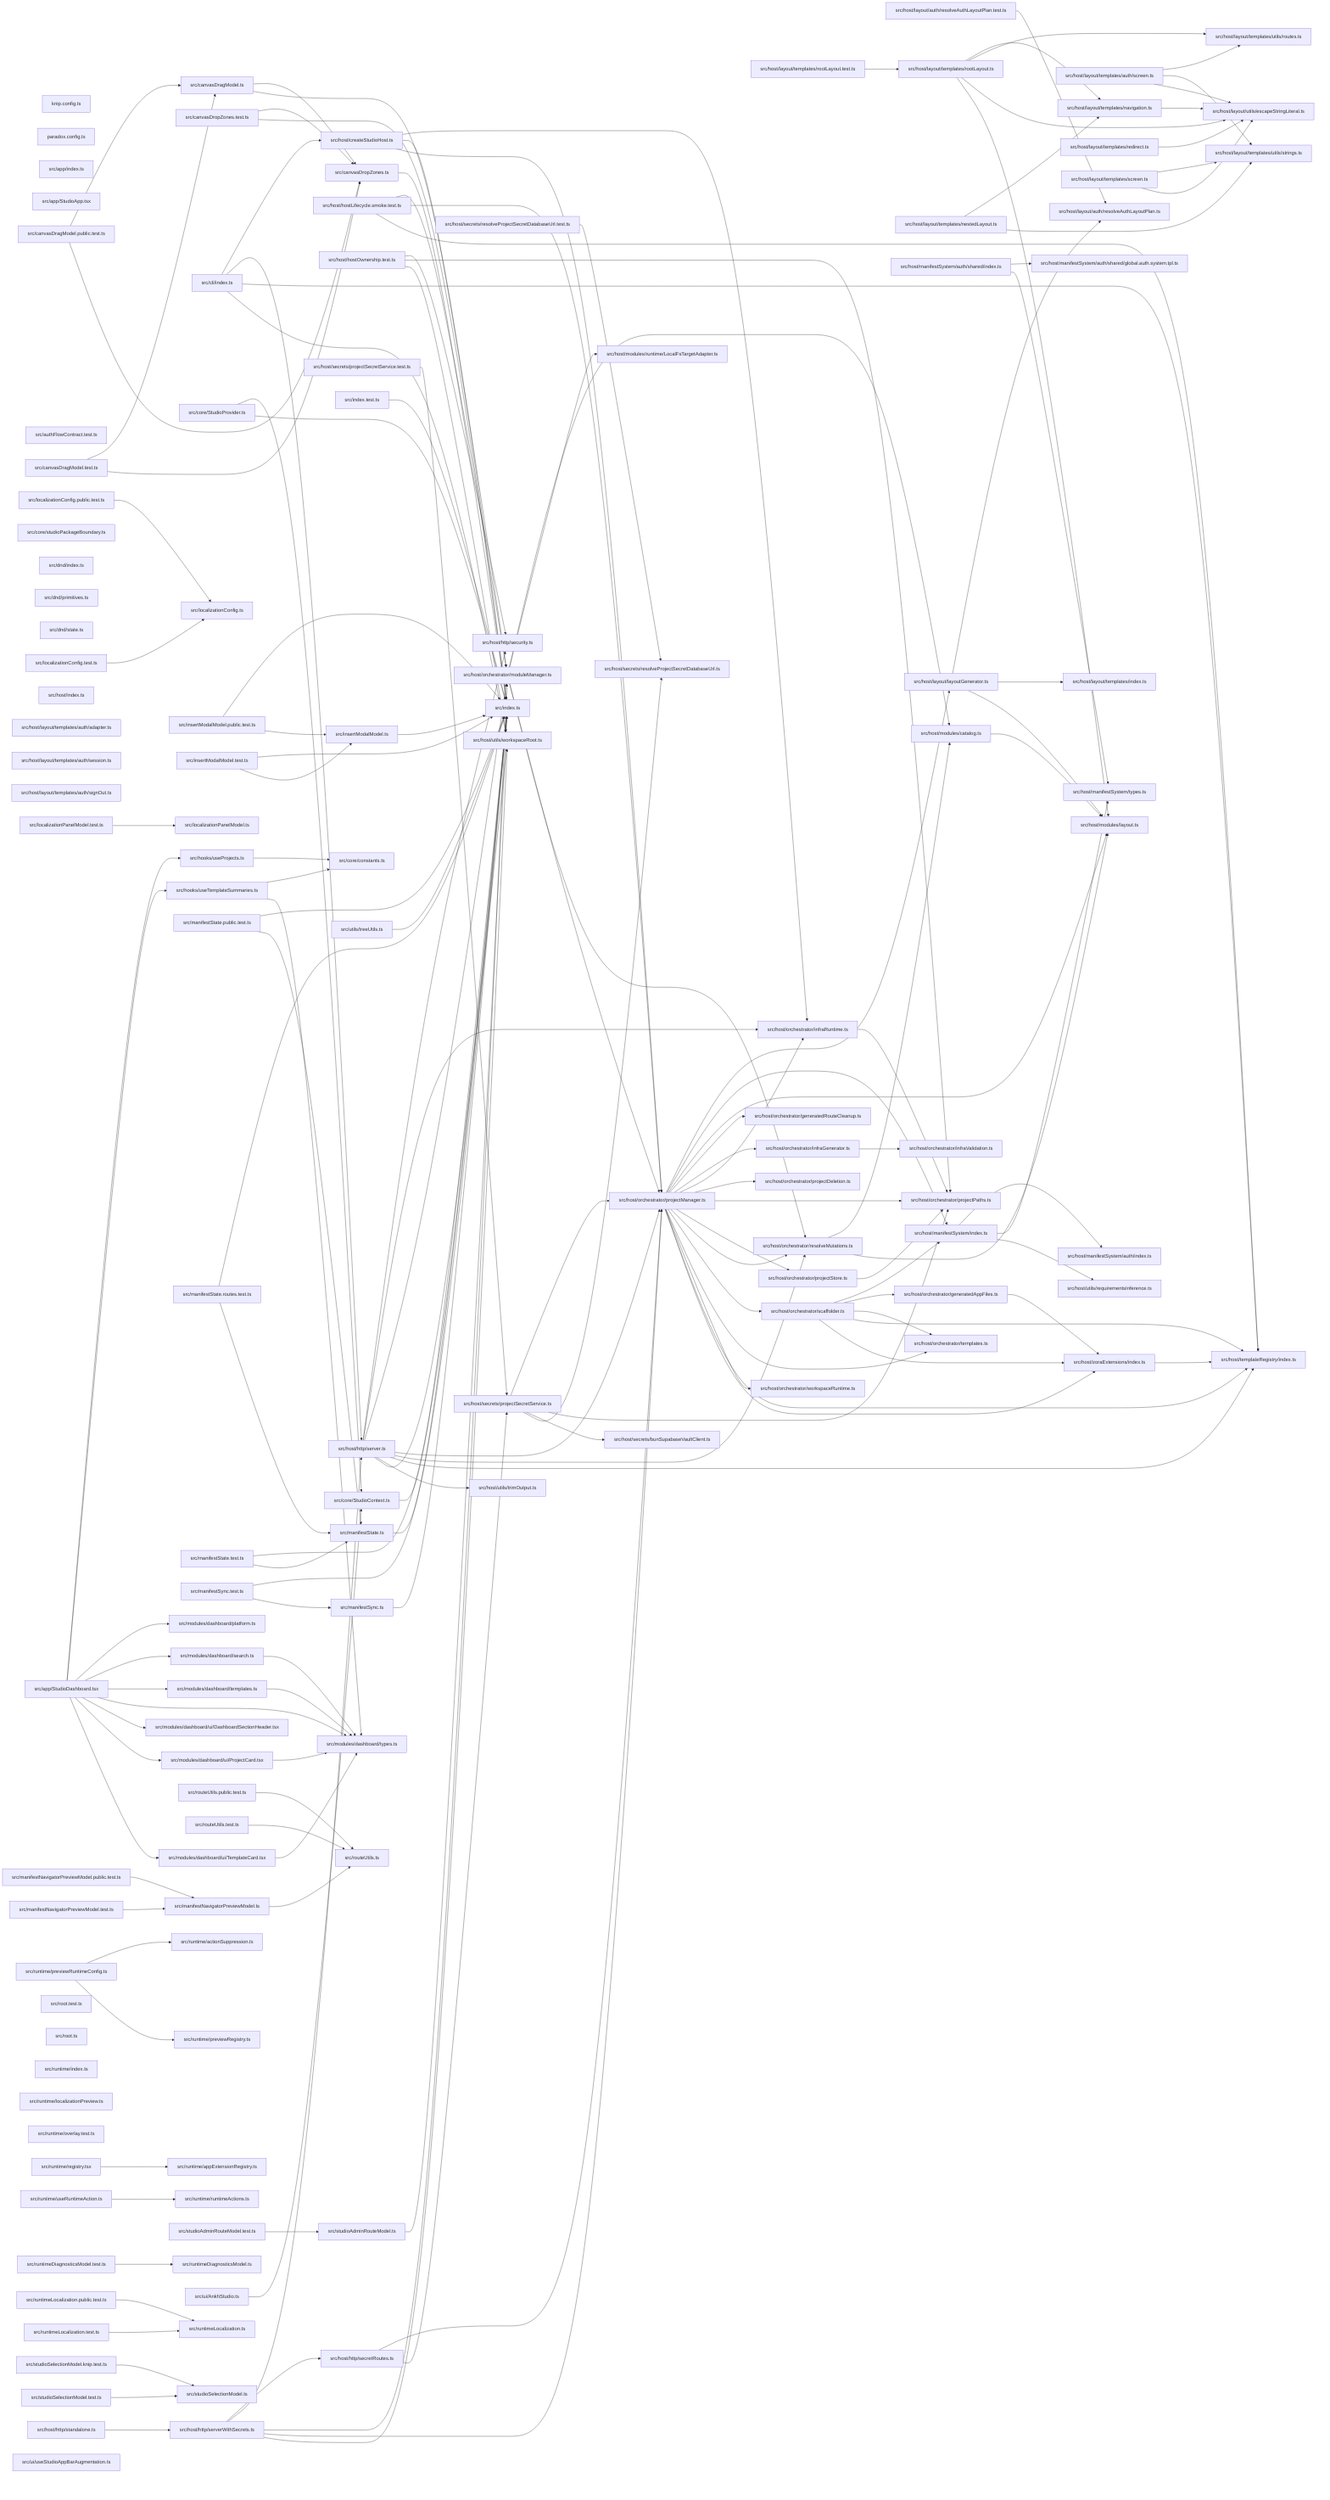
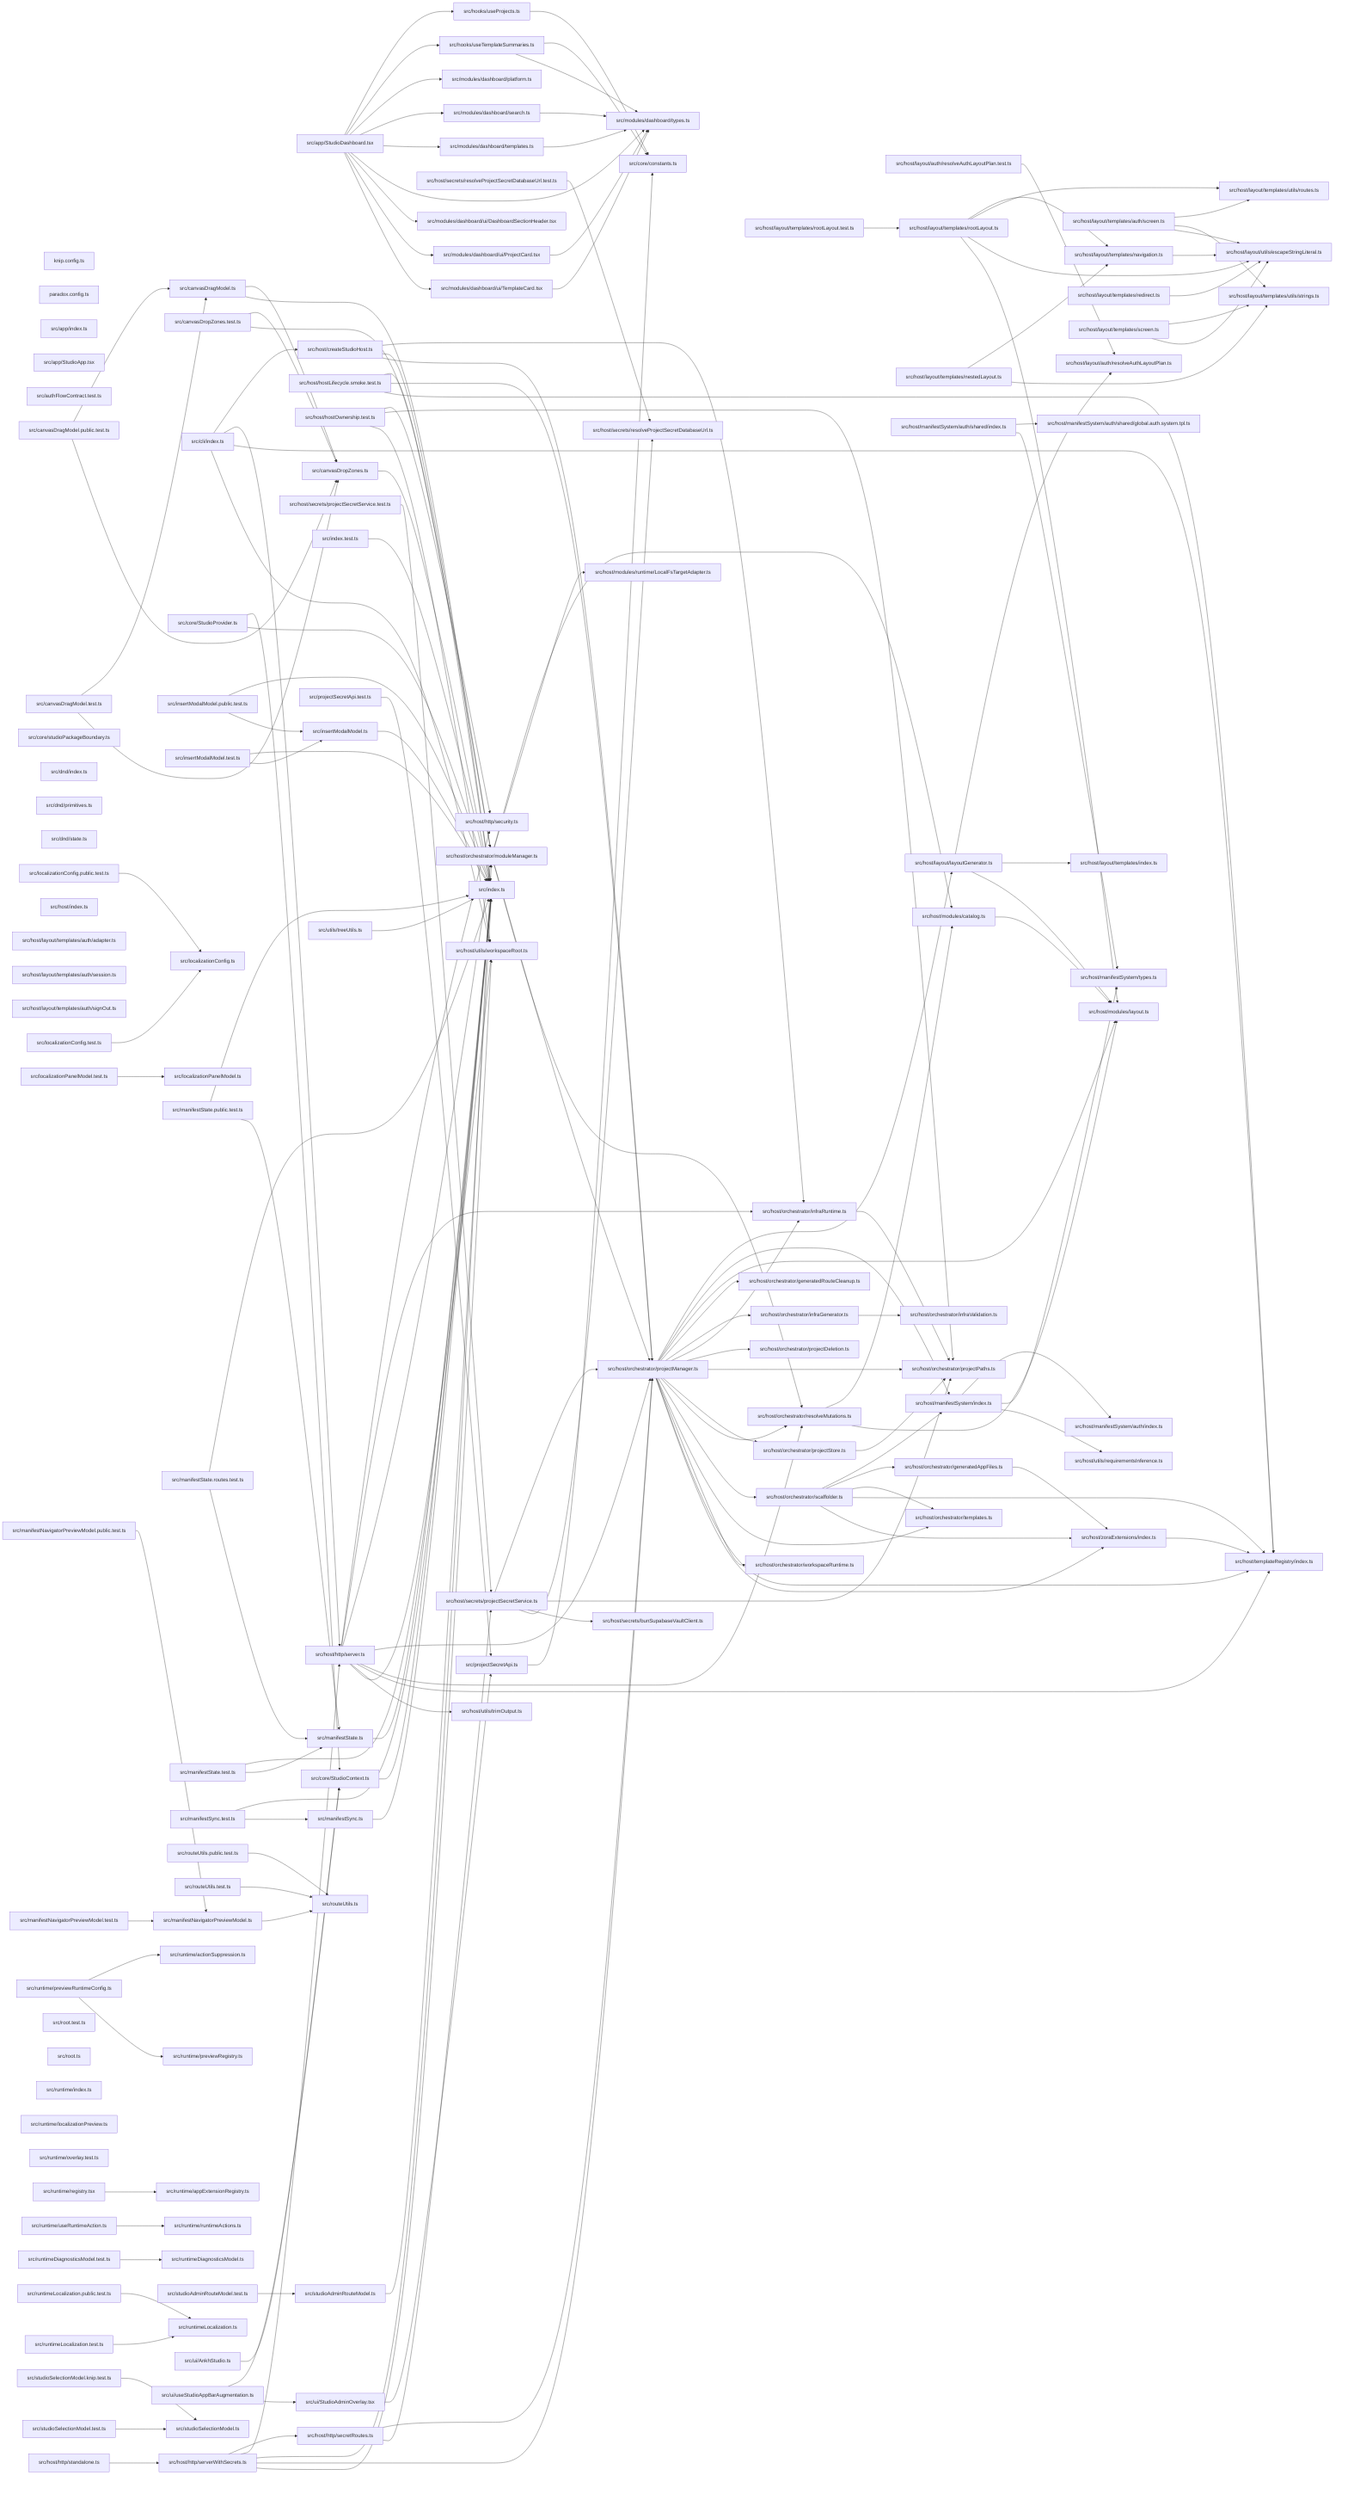
graph LR
  module_knip_config_ts["knip.config.ts"]
  module_paradox_config_ts["paradox.config.ts"]
  module_src_app_index_ts["src/app/index.ts"]
  module_src_app_StudioApp_tsx["src/app/StudioApp.tsx"]
  module_src_app_StudioDashboard_tsx["src/app/StudioDashboard.tsx"]
  module_src_authFlowContract_test_ts["src/authFlowContract.test.ts"]
  module_src_canvasDragModel_public_test_ts["src/canvasDragModel.public.test.ts"]
  module_src_canvasDragModel_test_ts["src/canvasDragModel.test.ts"]
  module_src_canvasDragModel_ts["src/canvasDragModel.ts"]
  module_src_canvasDropZones_test_ts["src/canvasDropZones.test.ts"]
  module_src_canvasDropZones_ts["src/canvasDropZones.ts"]
  module_src_cli_index_ts["src/cli/index.ts"]
  module_src_core_constants_ts["src/core/constants.ts"]
  module_src_core_StudioContext_ts["src/core/StudioContext.ts"]
  module_src_core_studioPackageBoundary_ts["src/core/studioPackageBoundary.ts"]
  module_src_core_StudioProvider_ts["src/core/StudioProvider.ts"]
  module_src_dnd_index_ts["src/dnd/index.ts"]
  module_src_dnd_primitives_ts["src/dnd/primitives.ts"]
  module_src_dnd_state_ts["src/dnd/state.ts"]
  module_src_hooks_useProjects_ts["src/hooks/useProjects.ts"]
  module_src_hooks_useTemplateSummaries_ts["src/hooks/useTemplateSummaries.ts"]
  module_src_host_createStudioHost_ts["src/host/createStudioHost.ts"]
  module_src_host_hostLifecycle_smoke_test_ts["src/host/hostLifecycle.smoke.test.ts"]
  module_src_host_hostOwnership_test_ts["src/host/hostOwnership.test.ts"]
  module_src_host_http_secretRoutes_ts["src/host/http/secretRoutes.ts"]
  module_src_host_http_security_ts["src/host/http/security.ts"]
  module_src_host_http_server_ts["src/host/http/server.ts"]
  module_src_host_http_serverWithSecrets_ts["src/host/http/serverWithSecrets.ts"]
  module_src_host_http_standalone_ts["src/host/http/standalone.ts"]
  module_src_host_index_ts["src/host/index.ts"]
  module_src_host_layout_auth_resolveAuthLayoutPlan_test_ts["src/host/layout/auth/resolveAuthLayoutPlan.test.ts"]
  module_src_host_layout_auth_resolveAuthLayoutPlan_ts["src/host/layout/auth/resolveAuthLayoutPlan.ts"]
  module_src_host_layout_layoutGenerator_ts["src/host/layout/layoutGenerator.ts"]
  module_src_host_layout_templates_auth_adapter_ts["src/host/layout/templates/auth/adapter.ts"]
  module_src_host_layout_templates_auth_screen_ts["src/host/layout/templates/auth/screen.ts"]
  module_src_host_layout_templates_auth_session_ts["src/host/layout/templates/auth/session.ts"]
  module_src_host_layout_templates_auth_signOut_ts["src/host/layout/templates/auth/signOut.ts"]
  module_src_host_layout_templates_index_ts["src/host/layout/templates/index.ts"]
  module_src_host_layout_templates_navigation_ts["src/host/layout/templates/navigation.ts"]
  module_src_host_layout_templates_nestedLayout_ts["src/host/layout/templates/nestedLayout.ts"]
  module_src_host_layout_templates_redirect_ts["src/host/layout/templates/redirect.ts"]
  module_src_host_layout_templates_rootLayout_test_ts["src/host/layout/templates/rootLayout.test.ts"]
  module_src_host_layout_templates_rootLayout_ts["src/host/layout/templates/rootLayout.ts"]
  module_src_host_layout_templates_screen_ts["src/host/layout/templates/screen.ts"]
  module_src_host_layout_templates_utils_routes_ts["src/host/layout/templates/utils/routes.ts"]
  module_src_host_layout_templates_utils_strings_ts["src/host/layout/templates/utils/strings.ts"]
  module_src_host_layout_utils_escapeStringLiteral_ts["src/host/layout/utils/escapeStringLiteral.ts"]
  module_src_host_manifestSystem_auth_index_ts["src/host/manifestSystem/auth/index.ts"]
  module_src_host_manifestSystem_auth_shared_global_auth_system_tpl_ts["src/host/manifestSystem/auth/shared/global.auth.system.tpl.ts"]
  module_src_host_manifestSystem_auth_shared_index_ts["src/host/manifestSystem/auth/shared/index.ts"]
  module_src_host_manifestSystem_index_ts["src/host/manifestSystem/index.ts"]
  module_src_host_manifestSystem_types_ts["src/host/manifestSystem/types.ts"]
  module_src_host_modules_catalog_ts["src/host/modules/catalog.ts"]
  module_src_host_modules_layout_ts["src/host/modules/layout.ts"]
  module_src_host_modules_runtime_LocalFsTargetAdapter_ts["src/host/modules/runtime/LocalFsTargetAdapter.ts"]
  module_src_host_orchestrator_generatedAppFiles_ts["src/host/orchestrator/generatedAppFiles.ts"]
  module_src_host_orchestrator_generatedRouteCleanup_ts["src/host/orchestrator/generatedRouteCleanup.ts"]
  module_src_host_orchestrator_infraGenerator_ts["src/host/orchestrator/infraGenerator.ts"]
  module_src_host_orchestrator_infraRuntime_ts["src/host/orchestrator/infraRuntime.ts"]
  module_src_host_orchestrator_infraValidation_ts["src/host/orchestrator/infraValidation.ts"]
  module_src_host_orchestrator_moduleManager_ts["src/host/orchestrator/moduleManager.ts"]
  module_src_host_orchestrator_projectDeletion_ts["src/host/orchestrator/projectDeletion.ts"]
  module_src_host_orchestrator_projectManager_ts["src/host/orchestrator/projectManager.ts"]
  module_src_host_orchestrator_projectPaths_ts["src/host/orchestrator/projectPaths.ts"]
  module_src_host_orchestrator_projectStore_ts["src/host/orchestrator/projectStore.ts"]
  module_src_host_orchestrator_resolveMutations_ts["src/host/orchestrator/resolveMutations.ts"]
  module_src_host_orchestrator_scaffolder_ts["src/host/orchestrator/scaffolder.ts"]
  module_src_host_orchestrator_templates_ts["src/host/orchestrator/templates.ts"]
  module_src_host_orchestrator_workspaceRuntime_ts["src/host/orchestrator/workspaceRuntime.ts"]
  module_src_host_secrets_bunSupabaseVaultClient_ts["src/host/secrets/bunSupabaseVaultClient.ts"]
  module_src_host_secrets_projectSecretService_test_ts["src/host/secrets/projectSecretService.test.ts"]
  module_src_host_secrets_projectSecretService_ts["src/host/secrets/projectSecretService.ts"]
  module_src_host_secrets_resolveProjectSecretDatabaseUrl_test_ts["src/host/secrets/resolveProjectSecretDatabaseUrl.test.ts"]
  module_src_host_secrets_resolveProjectSecretDatabaseUrl_ts["src/host/secrets/resolveProjectSecretDatabaseUrl.ts"]
  module_src_host_templateRegistry_index_ts["src/host/templateRegistry/index.ts"]
  module_src_host_utils_requirementsInference_ts["src/host/utils/requirementsInference.ts"]
  module_src_host_utils_trimOutput_ts["src/host/utils/trimOutput.ts"]
  module_src_host_utils_workspaceRoot_ts["src/host/utils/workspaceRoot.ts"]
  module_src_host_zoraExtensions_index_ts["src/host/zoraExtensions/index.ts"]
  module_src_index_test_ts["src/index.test.ts"]
  module_src_index_ts["src/index.ts"]
  module_src_insertModalModel_public_test_ts["src/insertModalModel.public.test.ts"]
  module_src_insertModalModel_test_ts["src/insertModalModel.test.ts"]
  module_src_insertModalModel_ts["src/insertModalModel.ts"]
  module_src_localizationConfig_public_test_ts["src/localizationConfig.public.test.ts"]
  module_src_localizationConfig_test_ts["src/localizationConfig.test.ts"]
  module_src_localizationConfig_ts["src/localizationConfig.ts"]
  module_src_localizationPanelModel_test_ts["src/localizationPanelModel.test.ts"]
  module_src_localizationPanelModel_ts["src/localizationPanelModel.ts"]
  module_src_manifestNavigatorPreviewModel_public_test_ts["src/manifestNavigatorPreviewModel.public.test.ts"]
  module_src_manifestNavigatorPreviewModel_test_ts["src/manifestNavigatorPreviewModel.test.ts"]
  module_src_manifestNavigatorPreviewModel_ts["src/manifestNavigatorPreviewModel.ts"]
  module_src_manifestState_public_test_ts["src/manifestState.public.test.ts"]
  module_src_manifestState_routes_test_ts["src/manifestState.routes.test.ts"]
  module_src_manifestState_test_ts["src/manifestState.test.ts"]
  module_src_manifestState_ts["src/manifestState.ts"]
  module_src_manifestSync_test_ts["src/manifestSync.test.ts"]
  module_src_manifestSync_ts["src/manifestSync.ts"]
  module_src_modules_dashboard_platform_ts["src/modules/dashboard/platform.ts"]
  module_src_modules_dashboard_search_ts["src/modules/dashboard/search.ts"]
  module_src_modules_dashboard_templates_ts["src/modules/dashboard/templates.ts"]
  module_src_modules_dashboard_types_ts["src/modules/dashboard/types.ts"]
  module_src_modules_dashboard_ui_DashboardSectionHeader_tsx["src/modules/dashboard/ui/DashboardSectionHeader.tsx"]
  module_src_modules_dashboard_ui_ProjectCard_tsx["src/modules/dashboard/ui/ProjectCard.tsx"]
  module_src_modules_dashboard_ui_TemplateCard_tsx["src/modules/dashboard/ui/TemplateCard.tsx"]
+   module_src_projectSecretApi_test_ts["src/projectSecretApi.test.ts"]
+   module_src_projectSecretApi_ts["src/projectSecretApi.ts"]
  module_src_root_test_ts["src/root.test.ts"]
  module_src_root_ts["src/root.ts"]
  module_src_routeUtils_public_test_ts["src/routeUtils.public.test.ts"]
  module_src_routeUtils_test_ts["src/routeUtils.test.ts"]
  module_src_routeUtils_ts["src/routeUtils.ts"]
  module_src_runtime_actionSuppression_ts["src/runtime/actionSuppression.ts"]
  module_src_runtime_appExtensionRegistry_ts["src/runtime/appExtensionRegistry.ts"]
  module_src_runtime_index_ts["src/runtime/index.ts"]
  module_src_runtime_localizationPreview_ts["src/runtime/localizationPreview.ts"]
  module_src_runtime_overlay_test_ts["src/runtime/overlay.test.ts"]
  module_src_runtime_previewRegistry_ts["src/runtime/previewRegistry.ts"]
  module_src_runtime_previewRuntimeConfig_ts["src/runtime/previewRuntimeConfig.ts"]
  module_src_runtime_registry_tsx["src/runtime/registry.tsx"]
  module_src_runtime_runtimeActions_ts["src/runtime/runtimeActions.ts"]
  module_src_runtime_useRuntimeAction_ts["src/runtime/useRuntimeAction.ts"]
  module_src_runtimeDiagnosticsModel_test_ts["src/runtimeDiagnosticsModel.test.ts"]
  module_src_runtimeDiagnosticsModel_ts["src/runtimeDiagnosticsModel.ts"]
  module_src_runtimeLocalization_public_test_ts["src/runtimeLocalization.public.test.ts"]
  module_src_runtimeLocalization_test_ts["src/runtimeLocalization.test.ts"]
  module_src_runtimeLocalization_ts["src/runtimeLocalization.ts"]
  module_src_studioAdminRouteModel_test_ts["src/studioAdminRouteModel.test.ts"]
  module_src_studioAdminRouteModel_ts["src/studioAdminRouteModel.ts"]
  module_src_studioSelectionModel_knip_test_ts["src/studioSelectionModel.knip.test.ts"]
  module_src_studioSelectionModel_test_ts["src/studioSelectionModel.test.ts"]
  module_src_studioSelectionModel_ts["src/studioSelectionModel.ts"]
  module_src_ui_AnkhStudio_ts["src/ui/AnkhStudio.ts"]
+   module_src_ui_StudioAdminOverlay_tsx["src/ui/StudioAdminOverlay.tsx"]
  module_src_ui_useStudioAppBarAugmentation_ts["src/ui/useStudioAppBarAugmentation.ts"]
  module_src_utils_treeUtils_ts["src/utils/treeUtils.ts"]
  module_src_app_StudioDashboard_tsx --> module_src_hooks_useProjects_ts
  module_src_app_StudioDashboard_tsx --> module_src_hooks_useTemplateSummaries_ts
  module_src_app_StudioDashboard_tsx --> module_src_modules_dashboard_platform_ts
  module_src_app_StudioDashboard_tsx --> module_src_modules_dashboard_search_ts
  module_src_app_StudioDashboard_tsx --> module_src_modules_dashboard_templates_ts
  module_src_app_StudioDashboard_tsx --> module_src_modules_dashboard_types_ts
  module_src_app_StudioDashboard_tsx --> module_src_modules_dashboard_ui_DashboardSectionHeader_tsx
  module_src_app_StudioDashboard_tsx --> module_src_modules_dashboard_ui_ProjectCard_tsx
  module_src_app_StudioDashboard_tsx --> module_src_modules_dashboard_ui_TemplateCard_tsx
  module_src_canvasDragModel_public_test_ts --> module_src_canvasDragModel_ts
  module_src_canvasDragModel_public_test_ts --> module_src_canvasDropZones_ts
  module_src_canvasDragModel_test_ts --> module_src_canvasDragModel_ts
  module_src_canvasDragModel_test_ts --> module_src_canvasDropZones_ts
  module_src_canvasDragModel_ts --> module_src_canvasDropZones_ts
  module_src_canvasDragModel_ts --> module_src_index_ts
  module_src_canvasDropZones_test_ts --> module_src_canvasDropZones_ts
  module_src_canvasDropZones_test_ts --> module_src_index_ts
  module_src_canvasDropZones_ts --> module_src_index_ts
  module_src_cli_index_ts --> module_src_host_createStudioHost_ts
  module_src_cli_index_ts --> module_src_host_http_server_ts
  module_src_cli_index_ts --> module_src_host_templateRegistry_index_ts
  module_src_cli_index_ts --> module_src_host_utils_workspaceRoot_ts
  module_src_core_StudioContext_ts --> module_src_index_ts
  module_src_core_StudioProvider_ts --> module_src_core_StudioContext_ts
  module_src_core_StudioProvider_ts --> module_src_index_ts
  module_src_hooks_useProjects_ts --> module_src_core_constants_ts
  module_src_hooks_useTemplateSummaries_ts --> module_src_core_constants_ts
  module_src_hooks_useTemplateSummaries_ts --> module_src_modules_dashboard_types_ts
  module_src_host_createStudioHost_ts --> module_src_host_orchestrator_infraRuntime_ts
  module_src_host_createStudioHost_ts --> module_src_host_orchestrator_moduleManager_ts
  module_src_host_createStudioHost_ts --> module_src_host_orchestrator_projectManager_ts
  module_src_host_hostLifecycle_smoke_test_ts --> module_src_host_orchestrator_moduleManager_ts
  module_src_host_hostLifecycle_smoke_test_ts --> module_src_host_orchestrator_projectManager_ts
  module_src_host_hostLifecycle_smoke_test_ts --> module_src_host_templateRegistry_index_ts
  module_src_host_hostOwnership_test_ts --> module_src_host_http_security_ts
  module_src_host_hostOwnership_test_ts --> module_src_host_orchestrator_projectPaths_ts
  module_src_host_hostOwnership_test_ts --> module_src_host_utils_workspaceRoot_ts
  module_src_host_http_secretRoutes_ts --> module_src_host_orchestrator_projectManager_ts
  module_src_host_http_secretRoutes_ts --> module_src_host_secrets_projectSecretService_ts
  module_src_host_http_server_ts --> module_src_host_http_security_ts
  module_src_host_http_server_ts --> module_src_host_orchestrator_infraRuntime_ts
  module_src_host_http_server_ts --> module_src_host_orchestrator_moduleManager_ts
  module_src_host_http_server_ts --> module_src_host_orchestrator_projectManager_ts
  module_src_host_http_server_ts --> module_src_host_orchestrator_resolveMutations_ts
  module_src_host_http_server_ts --> module_src_host_templateRegistry_index_ts
  module_src_host_http_server_ts --> module_src_host_utils_trimOutput_ts
  module_src_host_http_server_ts --> module_src_host_utils_workspaceRoot_ts
  module_src_host_http_serverWithSecrets_ts --> module_src_host_http_secretRoutes_ts
  module_src_host_http_serverWithSecrets_ts --> module_src_host_http_server_ts
  module_src_host_http_serverWithSecrets_ts --> module_src_host_orchestrator_moduleManager_ts
  module_src_host_http_serverWithSecrets_ts --> module_src_host_orchestrator_projectManager_ts
  module_src_host_http_serverWithSecrets_ts --> module_src_host_utils_workspaceRoot_ts
  module_src_host_http_standalone_ts --> module_src_host_http_serverWithSecrets_ts
  module_src_host_layout_auth_resolveAuthLayoutPlan_test_ts --> module_src_host_layout_auth_resolveAuthLayoutPlan_ts
  module_src_host_layout_layoutGenerator_ts --> module_src_host_layout_auth_resolveAuthLayoutPlan_ts
  module_src_host_layout_layoutGenerator_ts --> module_src_host_layout_templates_index_ts
  module_src_host_layout_layoutGenerator_ts --> module_src_host_modules_layout_ts
  module_src_host_layout_templates_auth_screen_ts --> module_src_host_layout_templates_utils_routes_ts
  module_src_host_layout_templates_auth_screen_ts --> module_src_host_layout_templates_utils_strings_ts
  module_src_host_layout_templates_auth_screen_ts --> module_src_host_layout_utils_escapeStringLiteral_ts
  module_src_host_layout_templates_navigation_ts --> module_src_host_layout_utils_escapeStringLiteral_ts
  module_src_host_layout_templates_nestedLayout_ts --> module_src_host_layout_templates_navigation_ts
  module_src_host_layout_templates_nestedLayout_ts --> module_src_host_layout_templates_utils_strings_ts
  module_src_host_layout_templates_redirect_ts --> module_src_host_layout_utils_escapeStringLiteral_ts
  module_src_host_layout_templates_rootLayout_test_ts --> module_src_host_layout_templates_rootLayout_ts
  module_src_host_layout_templates_rootLayout_ts --> module_src_host_layout_templates_navigation_ts
  module_src_host_layout_templates_rootLayout_ts --> module_src_host_layout_templates_utils_routes_ts
  module_src_host_layout_templates_rootLayout_ts --> module_src_host_layout_utils_escapeStringLiteral_ts
  module_src_host_layout_templates_rootLayout_ts --> module_src_host_modules_layout_ts
  module_src_host_layout_templates_screen_ts --> module_src_host_layout_templates_utils_strings_ts
  module_src_host_layout_templates_screen_ts --> module_src_host_layout_utils_escapeStringLiteral_ts
  module_src_host_manifestSystem_auth_shared_index_ts --> module_src_host_manifestSystem_auth_shared_global_auth_system_tpl_ts
  module_src_host_manifestSystem_auth_shared_index_ts --> module_src_host_manifestSystem_types_ts
  module_src_host_manifestSystem_index_ts --> module_src_host_manifestSystem_auth_index_ts
  module_src_host_manifestSystem_index_ts --> module_src_host_manifestSystem_types_ts
  module_src_host_manifestSystem_index_ts --> module_src_host_utils_requirementsInference_ts
  module_src_host_modules_catalog_ts --> module_src_host_modules_layout_ts
  module_src_host_orchestrator_generatedAppFiles_ts --> module_src_host_zoraExtensions_index_ts
  module_src_host_orchestrator_infraGenerator_ts --> module_src_host_orchestrator_infraValidation_ts
  module_src_host_orchestrator_infraRuntime_ts --> module_src_host_orchestrator_projectPaths_ts
  module_src_host_orchestrator_moduleManager_ts --> module_src_host_modules_catalog_ts
  module_src_host_orchestrator_moduleManager_ts --> module_src_host_modules_runtime_LocalFsTargetAdapter_ts
  module_src_host_orchestrator_moduleManager_ts --> module_src_host_orchestrator_projectManager_ts
  module_src_host_orchestrator_moduleManager_ts --> module_src_host_orchestrator_resolveMutations_ts
  module_src_host_orchestrator_projectManager_ts --> module_src_host_layout_layoutGenerator_ts
  module_src_host_orchestrator_projectManager_ts --> module_src_host_manifestSystem_index_ts
  module_src_host_orchestrator_projectManager_ts --> module_src_host_modules_layout_ts
  module_src_host_orchestrator_projectManager_ts --> module_src_host_orchestrator_generatedRouteCleanup_ts
  module_src_host_orchestrator_projectManager_ts --> module_src_host_orchestrator_infraGenerator_ts
  module_src_host_orchestrator_projectManager_ts --> module_src_host_orchestrator_infraRuntime_ts
  module_src_host_orchestrator_projectManager_ts --> module_src_host_orchestrator_projectDeletion_ts
  module_src_host_orchestrator_projectManager_ts --> module_src_host_orchestrator_projectPaths_ts
  module_src_host_orchestrator_projectManager_ts --> module_src_host_orchestrator_projectStore_ts
  module_src_host_orchestrator_projectManager_ts --> module_src_host_orchestrator_resolveMutations_ts
  module_src_host_orchestrator_projectManager_ts --> module_src_host_orchestrator_scaffolder_ts
  module_src_host_orchestrator_projectManager_ts --> module_src_host_orchestrator_templates_ts
  module_src_host_orchestrator_projectManager_ts --> module_src_host_orchestrator_workspaceRuntime_ts
  module_src_host_orchestrator_projectManager_ts --> module_src_host_templateRegistry_index_ts
  module_src_host_orchestrator_projectManager_ts --> module_src_host_zoraExtensions_index_ts
  module_src_host_orchestrator_projectStore_ts --> module_src_host_orchestrator_projectPaths_ts
  module_src_host_orchestrator_resolveMutations_ts --> module_src_host_modules_catalog_ts
  module_src_host_orchestrator_resolveMutations_ts --> module_src_host_modules_layout_ts
  module_src_host_orchestrator_scaffolder_ts --> module_src_host_manifestSystem_index_ts
  module_src_host_orchestrator_scaffolder_ts --> module_src_host_orchestrator_generatedAppFiles_ts
  module_src_host_orchestrator_scaffolder_ts --> module_src_host_orchestrator_templates_ts
  module_src_host_orchestrator_scaffolder_ts --> module_src_host_templateRegistry_index_ts
  module_src_host_orchestrator_scaffolder_ts --> module_src_host_zoraExtensions_index_ts
  module_src_host_secrets_projectSecretService_test_ts --> module_src_host_secrets_projectSecretService_ts
  module_src_host_secrets_projectSecretService_ts --> module_src_host_orchestrator_projectManager_ts
  module_src_host_secrets_projectSecretService_ts --> module_src_host_orchestrator_projectPaths_ts
  module_src_host_secrets_projectSecretService_ts --> module_src_host_secrets_bunSupabaseVaultClient_ts
  module_src_host_secrets_projectSecretService_ts --> module_src_host_secrets_resolveProjectSecretDatabaseUrl_ts
  module_src_host_secrets_resolveProjectSecretDatabaseUrl_test_ts --> module_src_host_secrets_resolveProjectSecretDatabaseUrl_ts
  module_src_host_zoraExtensions_index_ts --> module_src_host_templateRegistry_index_ts
  module_src_index_test_ts --> module_src_index_ts
  module_src_insertModalModel_public_test_ts --> module_src_index_ts
  module_src_insertModalModel_public_test_ts --> module_src_insertModalModel_ts
  module_src_insertModalModel_test_ts --> module_src_index_ts
  module_src_insertModalModel_test_ts --> module_src_insertModalModel_ts
  module_src_insertModalModel_ts --> module_src_index_ts
  module_src_localizationConfig_public_test_ts --> module_src_localizationConfig_ts
  module_src_localizationConfig_test_ts --> module_src_localizationConfig_ts
  module_src_localizationPanelModel_test_ts --> module_src_localizationPanelModel_ts
  module_src_manifestNavigatorPreviewModel_public_test_ts --> module_src_manifestNavigatorPreviewModel_ts
  module_src_manifestNavigatorPreviewModel_test_ts --> module_src_manifestNavigatorPreviewModel_ts
  module_src_manifestNavigatorPreviewModel_ts --> module_src_routeUtils_ts
  module_src_manifestState_public_test_ts --> module_src_index_ts
  module_src_manifestState_public_test_ts --> module_src_manifestState_ts
  module_src_manifestState_routes_test_ts --> module_src_index_ts
  module_src_manifestState_routes_test_ts --> module_src_manifestState_ts
  module_src_manifestState_test_ts --> module_src_index_ts
  module_src_manifestState_test_ts --> module_src_manifestState_ts
  module_src_manifestState_ts --> module_src_index_ts
  module_src_manifestSync_test_ts --> module_src_index_ts
  module_src_manifestSync_test_ts --> module_src_manifestSync_ts
  module_src_manifestSync_ts --> module_src_index_ts
  module_src_modules_dashboard_search_ts --> module_src_modules_dashboard_types_ts
  module_src_modules_dashboard_templates_ts --> module_src_modules_dashboard_types_ts
  module_src_modules_dashboard_ui_ProjectCard_tsx --> module_src_modules_dashboard_types_ts
  module_src_modules_dashboard_ui_TemplateCard_tsx --> module_src_modules_dashboard_types_ts
+   module_src_projectSecretApi_test_ts --> module_src_projectSecretApi_ts
+   module_src_projectSecretApi_ts --> module_src_core_constants_ts
  module_src_routeUtils_public_test_ts --> module_src_routeUtils_ts
  module_src_routeUtils_test_ts --> module_src_routeUtils_ts
  module_src_runtime_previewRuntimeConfig_ts --> module_src_runtime_actionSuppression_ts
  module_src_runtime_previewRuntimeConfig_ts --> module_src_runtime_previewRegistry_ts
  module_src_runtime_registry_tsx --> module_src_runtime_appExtensionRegistry_ts
  module_src_runtime_useRuntimeAction_ts --> module_src_runtime_runtimeActions_ts
  module_src_runtimeDiagnosticsModel_test_ts --> module_src_runtimeDiagnosticsModel_ts
  module_src_runtimeLocalization_public_test_ts --> module_src_runtimeLocalization_ts
  module_src_runtimeLocalization_test_ts --> module_src_runtimeLocalization_ts
  module_src_studioAdminRouteModel_test_ts --> module_src_studioAdminRouteModel_ts
  module_src_studioAdminRouteModel_ts --> module_src_index_ts
  module_src_studioSelectionModel_knip_test_ts --> module_src_studioSelectionModel_ts
  module_src_studioSelectionModel_test_ts --> module_src_studioSelectionModel_ts
  module_src_ui_AnkhStudio_ts --> module_src_core_StudioContext_ts
+   module_src_ui_StudioAdminOverlay_tsx --> module_src_projectSecretApi_ts
+   module_src_ui_useStudioAppBarAugmentation_ts --> module_src_core_StudioContext_ts
+   module_src_ui_useStudioAppBarAugmentation_ts --> module_src_ui_StudioAdminOverlay_tsx
  module_src_utils_treeUtils_ts --> module_src_index_ts
